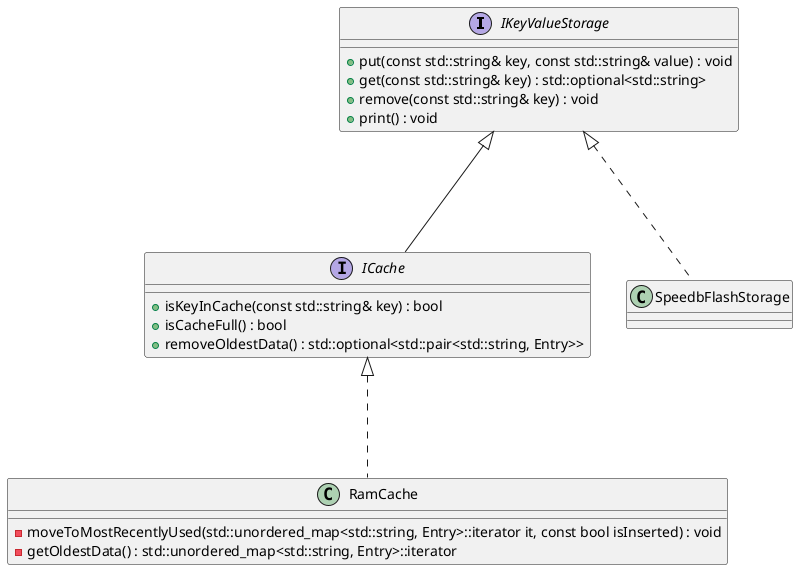
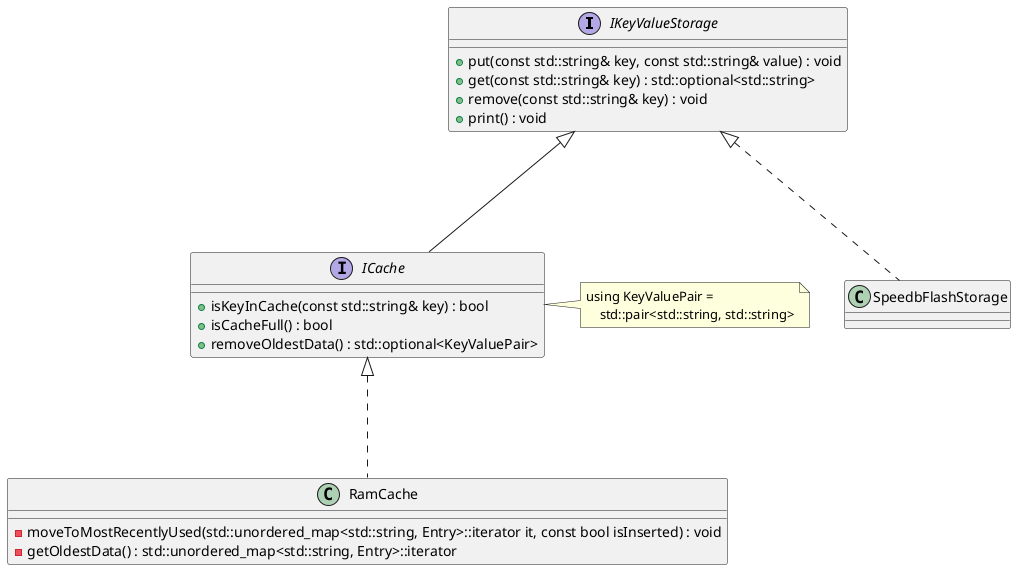
@startuml Redis POC

interface IKeyValueStorage {
    +put(const std::string& key, const std::string& value) : void
    +get(const std::string& key) : std::optional<std::string>
    +remove(const std::string& key) : void
    +print() : void
}

interface ICache {
    +isKeyInCache(const std::string& key) : bool
    +isCacheFull() : bool
-     +removeOldestData() : std::optional<std::pair<std::string, Entry>>
+     +removeOldestData() : std::optional<KeyValuePair>
}
+ 
+ note right of ICache
+ using KeyValuePair =
+     std::pair<std::string, std::string>
+ end note

class RamCache {
    -moveToMostRecentlyUsed(std::unordered_map<std::string, Entry>::iterator it, const bool isInserted) : void
    -getOldestData() : std::unordered_map<std::string, Entry>::iterator
}

class SpeedbFlashStorage {
}

ICache -u--|> IKeyValueStorage
SpeedbFlashStorage -u..|> IKeyValueStorage
RamCache -u..|> ICache

@enduml